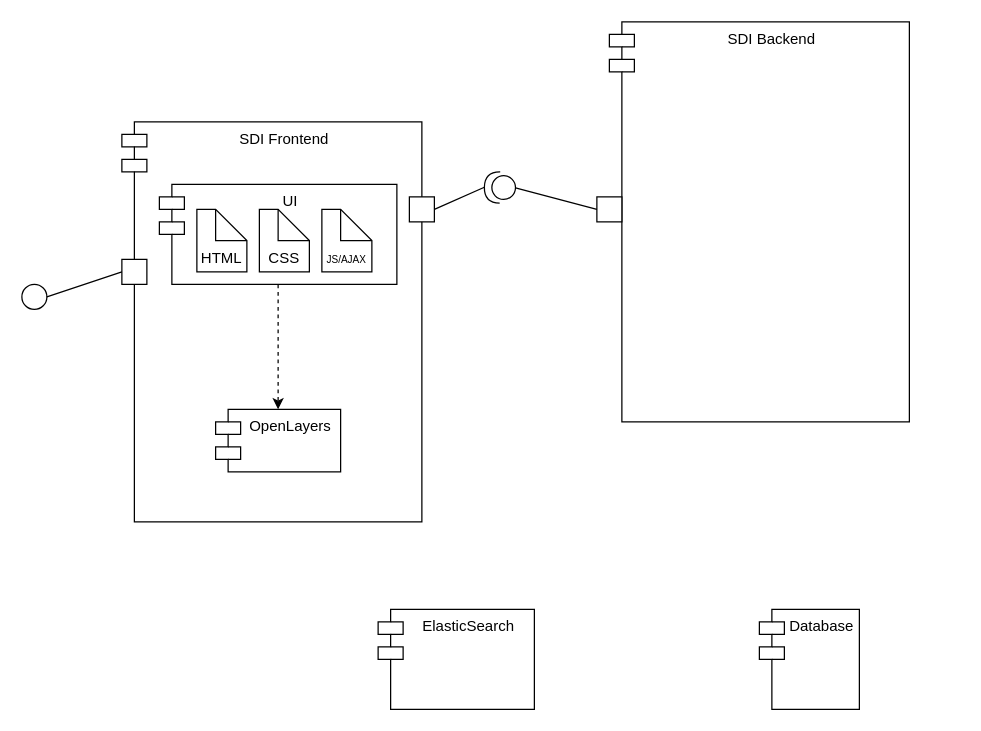
Earlier version of the draw.io diagram UMLDiag.drawio (sudikin/local-sdi). Source tidied: cells renumbered, new cells numbered last; positions are measured from the earlier drawing's top-left corner, leaving out a move shared by most shapes. Both pictures are drawn from the tidied source at 125%, with x=0, y=0 at pixel (21, 21).
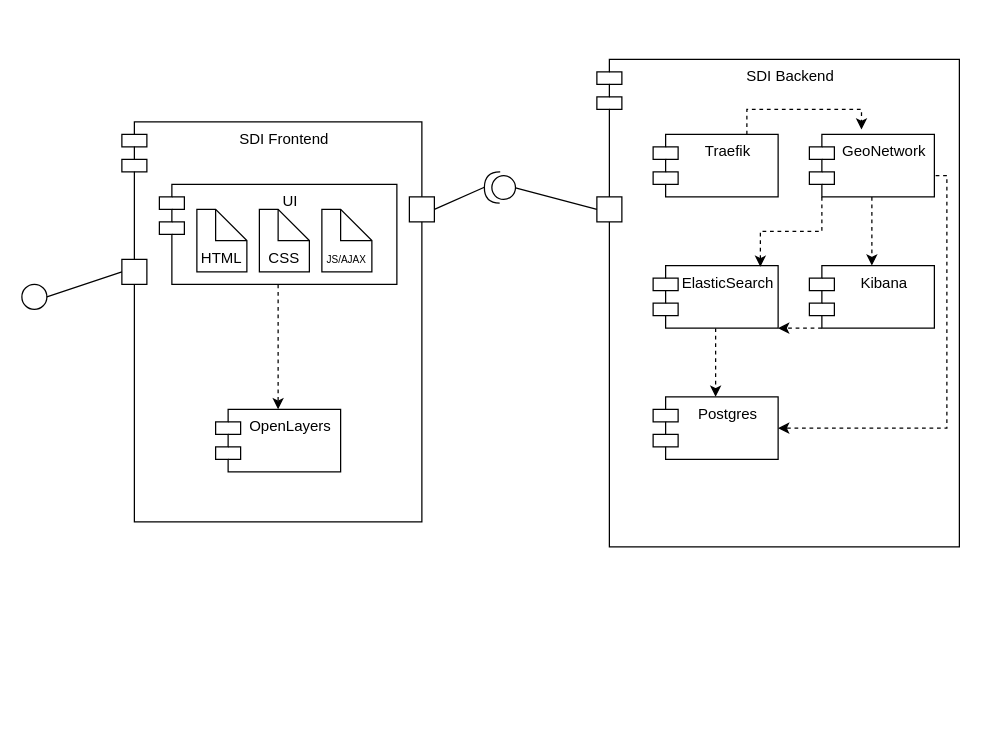
Above is the later version.

The edit, as a diff of the source:
```diff
@@
     <mxCell id="2" value="SDI Backend" style="shape=module;align=left;spacingLeft=20;align=center;verticalAlign=top;whiteSpace=wrap;html=1;" parent="1" vertex="1">
-      <mxGeometry x="470" width="240" height="320" as="geometry" />
+      <mxGeometry x="460" y="30" width="290" height="390" as="geometry" />
     </mxCell>
@@
-    <mxCell id="20" value="Database" style="shape=module;align=left;spacingLeft=20;align=center;verticalAlign=top;whiteSpace=wrap;html=1;" parent="1" vertex="1">
-      <mxGeometry x="590" y="470" width="80" height="80" as="geometry" />
-    </mxCell>
+    <mxCell id="22" style="edgeStyle=orthogonalEdgeStyle;rounded=0;jettySize=auto;html=1;exitX=0.5;exitY=1;exitDx=0;exitDy=0;entryX=0.5;entryY=0;entryDx=0;entryDy=0;dashed=1;" parent="1" edge="1" source="23" target="28">
+      <mxGeometry relative="1" as="geometry" />
+    </mxCell>
+    <mxCell id="23" value="GeoNetwork" style="shape=module;align=left;spacingLeft=20;align=center;verticalAlign=top;whiteSpace=wrap;html=1;" parent="1" vertex="1">
+      <mxGeometry x="630" y="90" width="100" height="50" as="geometry" />
+    </mxCell>
+    <mxCell id="24" style="edgeStyle=orthogonalEdgeStyle;rounded=0;jettySize=auto;html=1;exitX=0.5;exitY=1;exitDx=0;exitDy=0;entryX=0.5;entryY=0;entryDx=0;entryDy=0;dashed=1;" parent="1" edge="1" source="21" target="25">
+      <mxGeometry relative="1" as="geometry" />
+    </mxCell>
     <mxCell id="21" value="ElasticSearch" style="shape=module;align=left;spacingLeft=20;align=center;verticalAlign=top;whiteSpace=wrap;html=1;" parent="1" vertex="1">
-      <mxGeometry x="285" y="470" width="125" height="80" as="geometry" />
+      <mxGeometry x="505" y="195" width="100" height="50" as="geometry" />
     </mxCell>
+    <mxCell id="25" value="Postgres" style="shape=module;align=left;spacingLeft=20;align=center;verticalAlign=top;whiteSpace=wrap;html=1;" parent="1" vertex="1">
+      <mxGeometry x="505" y="300" width="100" height="50" as="geometry" />
+    </mxCell>
+    <mxCell id="26" value="Traefik" style="shape=module;align=left;spacingLeft=20;align=center;verticalAlign=top;whiteSpace=wrap;html=1;" parent="1" vertex="1">
+      <mxGeometry x="505" y="90" width="100" height="50" as="geometry" />
+    </mxCell>
+    <mxCell id="27" style="edgeStyle=orthogonalEdgeStyle;rounded=0;jettySize=auto;html=1;exitX=0;exitY=1;exitDx=10;exitDy=0;exitPerimeter=0;entryX=1;entryY=1;entryDx=0;entryDy=0;dashed=1;" parent="1" edge="1" source="28" target="21">
+      <mxGeometry relative="1" as="geometry" />
+    </mxCell>
+    <mxCell id="28" value="Kibana" style="shape=module;align=left;spacingLeft=20;align=center;verticalAlign=top;whiteSpace=wrap;html=1;" parent="1" vertex="1">
+      <mxGeometry x="630" y="195" width="100" height="50" as="geometry" />
+    </mxCell>
+    <mxCell id="29" style="edgeStyle=orthogonalEdgeStyle;rounded=0;jettySize=auto;html=1;exitX=1.01;exitY=0.658;exitDx=0;exitDy=0;entryX=1;entryY=0.5;entryDx=0;entryDy=0;exitPerimeter=0;dashed=1;" parent="1" edge="1" source="23" target="25">
+      <mxGeometry relative="1" as="geometry">
+        <Array as="points">
+          <mxPoint x="740" y="123" />
+          <mxPoint x="740" y="325" />
+        </Array>
+      </mxGeometry>
+    </mxCell>
+    <mxCell id="30" style="edgeStyle=orthogonalEdgeStyle;rounded=0;jettySize=auto;html=1;exitX=0;exitY=1;exitDx=10;exitDy=0;exitPerimeter=0;entryX=0.858;entryY=0.02;entryDx=0;entryDy=0;entryPerimeter=0;dashed=1;" parent="1" edge="1" source="23" target="21">
+      <mxGeometry relative="1" as="geometry" />
+    </mxCell>
+    <mxCell id="31" style="edgeStyle=orthogonalEdgeStyle;rounded=0;jettySize=auto;html=1;exitX=0.75;exitY=0;exitDx=0;exitDy=0;entryX=0.417;entryY=-0.077;entryDx=0;entryDy=0;entryPerimeter=0;dashed=1;" parent="1" edge="1" source="26" target="23">
+      <mxGeometry relative="1" as="geometry">
+        <Array as="points">
+          <mxPoint x="580" y="70" />
+          <mxPoint x="672" y="70" />
+        </Array>
+      </mxGeometry>
+    </mxCell>
```
